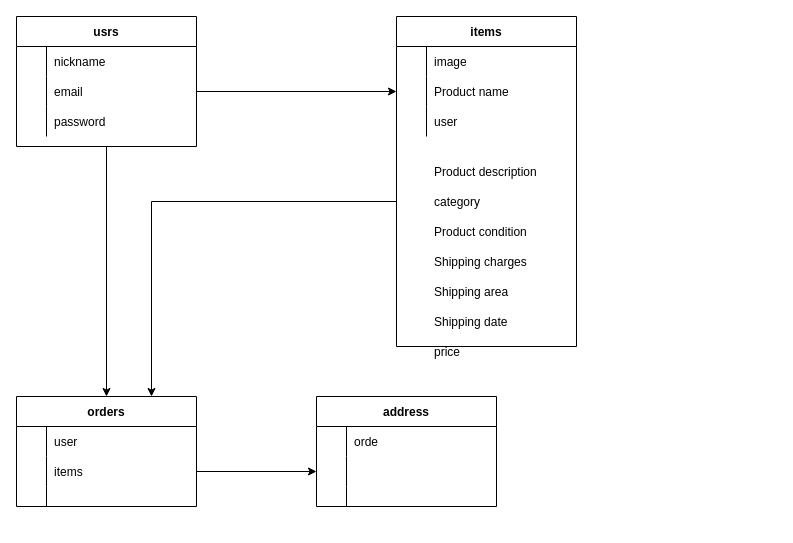
This is test.dio from sol3enjineer/furima-34963, a draw.io file, before an edit. Source tidied: cells renumbered, new cells numbered last; positions are measured from the earlier drawing's top-left corner, leaving out a move shared by most shapes. Both pictures are drawn from the tidied source at 100%, with x=0, y=0 at pixel (16, 16).
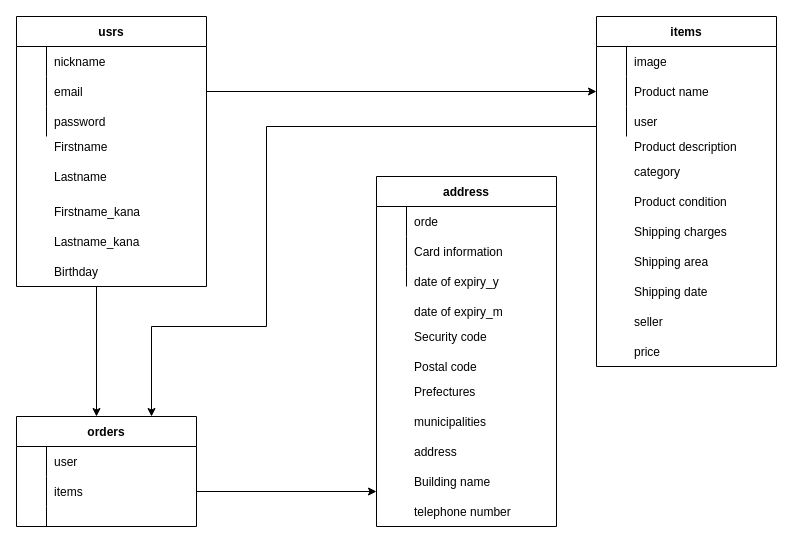
After the change.

The change refers to these unchanged cells:
```xml
<mxCell id="50" style="shape=partialRectangle;fillColor=none;top=0;left=0;bottom=0;right=0;points=[[0,0.5],[1,0.5]];portConstraint=eastwest;" parent="46" vertex="1">
  <mxGeometry y="60" width="180" height="30" as="geometry" />
</mxCell>
<mxCell id="60" style="shape=partialRectangle;fillColor=none;top=0;left=0;bottom=0;right=0;points=[[0,0.5],[1,0.5]];portConstraint=eastwest;" parent="56" vertex="1">
  <mxGeometry y="60" width="180" height="30" as="geometry" />
</mxCell>
```

Change to the diagram source:
```diff
@@
     <mxCell id="2" style="edgeStyle=orthogonalEdgeStyle;rounded=0;jettySize=auto;html=1;exitX=0.5;exitY=1;exitDx=0;exitDy=0;" parent="1" edge="1" source="3" target="46">
-      <mxGeometry relative="1" as="geometry" />
+      <mxGeometry relative="1" as="geometry">
+        <Array as="points">
+          <mxPoint x="80" y="270" />
+        </Array>
+      </mxGeometry>
     </mxCell>
     <mxCell id="3" value="usrs" style="shape=table;startSize=30;childLayout=tableLayout;rowLines=0;fontStyle=1;align=center;" parent="1" vertex="1">
-      <mxGeometry width="180" height="130" as="geometry" />
+      <mxGeometry width="190" height="270" as="geometry" />
     </mxCell>
     <mxCell id="4" style="shape=partialRectangle;fillColor=none;top=0;left=0;bottom=0;right=0;" parent="3" vertex="1">
-      <mxGeometry y="30" width="180" height="30" as="geometry" />
+      <mxGeometry y="30" width="190" height="30" as="geometry" />
     </mxCell>
@@
     <mxCell id="6" value="nickname" style="shape=partialRectangle;fillColor=none;top=0;left=0;bottom=0;right=0;align=left;spacingLeft=6;overflow=hidden;" parent="4" vertex="1">
-      <mxGeometry x="30" width="150" height="30" as="geometry" />
+      <mxGeometry x="30" width="160" height="30" as="geometry" />
     </mxCell>
     <mxCell id="7" style="shape=partialRectangle;fillColor=none;top=0;left=0;bottom=0;right=0;points=[[0,0.5],[1,0.5]];portConstraint=eastwest;" parent="3" vertex="1">
-      <mxGeometry y="60" width="180" height="30" as="geometry" />
+      <mxGeometry y="60" width="190" height="30" as="geometry" />
     </mxCell>
@@
     <mxCell id="9" value="email" style="shape=partialRectangle;fillColor=none;top=0;left=0;bottom=0;right=0;align=left;spacingLeft=6;overflow=hidden;" parent="7" vertex="1">
-      <mxGeometry x="30" width="150" height="30" as="geometry" />
+      <mxGeometry x="30" width="160" height="30" as="geometry" />
     </mxCell>
     <mxCell id="10" style="shape=partialRectangle;fillColor=none;top=0;left=0;bottom=0;right=0;" parent="3" vertex="1">
-      <mxGeometry y="90" width="180" height="30" as="geometry" />
+      <mxGeometry y="90" width="190" height="30" as="geometry" />
     </mxCell>
@@
     <mxCell id="12" value="password" style="shape=partialRectangle;fillColor=none;top=0;left=0;bottom=0;right=0;align=left;spacingLeft=6;overflow=hidden;" parent="10" vertex="1">
-      <mxGeometry x="30" width="150" height="30" as="geometry" />
+      <mxGeometry x="30" width="160" height="30" as="geometry" />
     </mxCell>
     <mxCell id="13" value="items" style="shape=table;startSize=30;childLayout=tableLayout;rowLines=0;fontStyle=1;align=center;" parent="1" vertex="1">
-      <mxGeometry x="380" width="180" height="330" as="geometry" />
+      <mxGeometry x="580" width="180" height="350" as="geometry" />
     </mxCell>
@@
     <mxCell id="24" style="shape=partialRectangle;fillColor=none;top=0;left=0;bottom=0;right=0;" parent="1" vertex="1">
-      <mxGeometry x="380" y="140" width="180" height="30" as="geometry" />
+      <mxGeometry x="580" y="115" width="180" height="30" as="geometry" />
     </mxCell>
@@
     <mxCell id="27" style="edgeStyle=orthogonalEdgeStyle;rounded=0;jettySize=auto;html=1;exitX=0;exitY=0.5;exitDx=0;exitDy=0;entryX=0.75;entryY=0;entryDx=0;entryDy=0;" parent="1" edge="1" source="28" target="46">
-      <mxGeometry relative="1" as="geometry" />
+      <mxGeometry relative="1" as="geometry">
+        <Array as="points">
+          <mxPoint x="580" y="110" />
+          <mxPoint x="250" y="110" />
+          <mxPoint x="250" y="310" />
+          <mxPoint x="135" y="310" />
+        </Array>
+      </mxGeometry>
     </mxCell>
     <mxCell id="28" style="shape=partialRectangle;fillColor=none;top=0;left=0;bottom=0;right=0;points=[[0,0.5],[1,0.5]];portConstraint=eastwest;" parent="1" vertex="1">
-      <mxGeometry x="380" y="170" width="180" height="30" as="geometry" />
+      <mxGeometry x="580" y="140" width="180" height="30" as="geometry" />
     </mxCell>
@@
     <mxCell id="31" style="shape=partialRectangle;fillColor=none;top=0;left=0;bottom=0;right=0;" parent="1" vertex="1">
-      <mxGeometry x="380" y="230" width="180" height="30" as="geometry" />
+      <mxGeometry x="580" y="200" width="180" height="30" as="geometry" />
     </mxCell>
@@
     <mxCell id="34" style="shape=partialRectangle;fillColor=none;top=0;left=0;bottom=0;right=0;" parent="1" vertex="1">
-      <mxGeometry x="380" y="260" width="180" height="30" as="geometry" />
+      <mxGeometry x="580" y="230" width="180" height="30" as="geometry" />
     </mxCell>
@@
     <mxCell id="37" style="shape=partialRectangle;fillColor=none;top=0;left=0;bottom=0;right=0;" parent="1" vertex="1">
-      <mxGeometry x="380" y="200" width="180" height="30" as="geometry" />
+      <mxGeometry x="580" y="170" width="180" height="30" as="geometry" />
     </mxCell>
@@
     <mxCell id="40" style="shape=partialRectangle;fillColor=none;top=0;left=0;bottom=0;right=0;" parent="1" vertex="1">
-      <mxGeometry x="380" y="290" width="180" height="30" as="geometry" />
+      <mxGeometry x="580" y="260" width="180" height="30" as="geometry" />
     </mxCell>
@@
     <mxCell id="43" style="shape=partialRectangle;fillColor=none;top=0;left=0;bottom=0;right=0;" parent="1" vertex="1">
-      <mxGeometry x="380" y="320" width="180" height="30" as="geometry" />
+      <mxGeometry x="580" y="320" width="180" height="30" as="geometry" />
     </mxCell>
@@
     <mxCell id="46" value="orders" style="shape=table;startSize=30;childLayout=tableLayout;rowLines=0;fontStyle=1;align=center;" parent="1" vertex="1">
-      <mxGeometry y="380" width="180" height="110" as="geometry" />
+      <mxGeometry y="400" width="180" height="110" as="geometry" />
     </mxCell>
@@
     <mxCell id="56" value="address" style="shape=table;startSize=30;childLayout=tableLayout;rowLines=0;fontStyle=1;align=center;" parent="1" vertex="1">
-      <mxGeometry x="300" y="380" width="180" height="110" as="geometry" />
+      <mxGeometry x="360" y="160" width="180" height="350" as="geometry" />
     </mxCell>
@@
-    <mxCell id="66" style="edgeStyle=orthogonalEdgeStyle;rounded=0;jettySize=auto;html=1;exitX=1;exitY=0.5;exitDx=0;exitDy=0;entryX=0;entryY=0.5;entryDx=0;entryDy=0;" parent="1" edge="1" source="50" target="60">
-      <mxGeometry relative="1" as="geometry" />
+    <mxCell id="66" style="edgeStyle=orthogonalEdgeStyle;rounded=0;jettySize=auto;html=1;exitX=1;exitY=0.5;exitDx=0;exitDy=0;" parent="1" edge="1" source="50">
+      <mxGeometry relative="1" as="geometry">
+        <mxPoint x="360" y="475" as="targetPoint" />
+        <Array as="points">
+          <mxPoint x="360" y="475" />
+        </Array>
+      </mxGeometry>
     </mxCell>
+    <mxCell id="67" value="Firstname" style="shape=partialRectangle;fillColor=none;top=0;left=0;bottom=0;right=0;align=left;spacingLeft=6;overflow=hidden;" parent="1" vertex="1">
+      <mxGeometry x="30" y="115" width="160" height="30" as="geometry" />
+    </mxCell>
+    <mxCell id="68" value="Lastname" style="shape=partialRectangle;fillColor=none;top=0;left=0;bottom=0;right=0;align=left;spacingLeft=6;overflow=hidden;" parent="1" vertex="1">
+      <mxGeometry x="30" y="145" width="160" height="30" as="geometry" />
+    </mxCell>
+    <mxCell id="69" value="Lastname_kana" style="shape=partialRectangle;fillColor=none;top=0;left=0;bottom=0;right=0;align=left;spacingLeft=6;overflow=hidden;" parent="1" vertex="1">
+      <mxGeometry x="30" y="210" width="160" height="30" as="geometry" />
+    </mxCell>
+    <mxCell id="70" value="Firstname_kana" style="shape=partialRectangle;fillColor=none;top=0;left=0;bottom=0;right=0;align=left;spacingLeft=6;overflow=hidden;" parent="1" vertex="1">
+      <mxGeometry x="30" y="180" width="160" height="30" as="geometry" />
+    </mxCell>
+    <mxCell id="71" value="Birthday" style="shape=partialRectangle;fillColor=none;top=0;left=0;bottom=0;right=0;align=left;spacingLeft=6;overflow=hidden;" parent="1" vertex="1">
+      <mxGeometry x="30" y="240" width="160" height="30" as="geometry" />
+    </mxCell>
+    <mxCell id="72" style="shape=partialRectangle;fillColor=none;top=0;left=0;bottom=0;right=0;" parent="1" vertex="1">
+      <mxGeometry x="580" y="290" width="180" height="30" as="geometry" />
+    </mxCell>
+    <mxCell id="73" style="shape=partialRectangle;fillColor=none;top=0;left=0;bottom=0;right=0;overflow=hidden;" parent="72" vertex="1">
+      <mxGeometry width="30" height="30" as="geometry" />
+    </mxCell>
+    <mxCell id="74" value="seller" style="shape=partialRectangle;fillColor=none;top=0;left=0;bottom=0;right=0;align=left;spacingLeft=6;overflow=hidden;" parent="72" vertex="1">
+      <mxGeometry x="30" width="150" height="30" as="geometry" />
+    </mxCell>
+    <mxCell id="75" value="Card information" style="shape=partialRectangle;fillColor=none;top=0;left=0;bottom=0;right=0;align=left;spacingLeft=6;overflow=hidden;" parent="1" vertex="1">
+      <mxGeometry x="390" y="220" width="150" height="30" as="geometry" />
+    </mxCell>
+    <mxCell id="76" value="Prefectures" style="shape=partialRectangle;fillColor=none;top=0;left=0;bottom=0;right=0;align=left;spacingLeft=6;overflow=hidden;" parent="1" vertex="1">
+      <mxGeometry x="390" y="360" width="150" height="30" as="geometry" />
+    </mxCell>
+    <mxCell id="77" value="Security code" style="shape=partialRectangle;fillColor=none;top=0;left=0;bottom=0;right=0;align=left;spacingLeft=6;overflow=hidden;" parent="1" vertex="1">
+      <mxGeometry x="390" y="305" width="150" height="30" as="geometry" />
+    </mxCell>
+    <mxCell id="78" value="Building name  " style="shape=partialRectangle;fillColor=none;top=0;left=0;bottom=0;right=0;align=left;spacingLeft=6;overflow=hidden;" parent="1" vertex="1">
+      <mxGeometry x="390" y="450" width="150" height="30" as="geometry" />
+    </mxCell>
+    <mxCell id="79" value="date of expiry_y" style="shape=partialRectangle;fillColor=none;top=0;left=0;bottom=0;right=0;align=left;spacingLeft=6;overflow=hidden;" parent="1" vertex="1">
+      <mxGeometry x="390" y="250" width="150" height="30" as="geometry" />
+    </mxCell>
+    <mxCell id="80" value="address" style="shape=partialRectangle;fillColor=none;top=0;left=0;bottom=0;right=0;align=left;spacingLeft=6;overflow=hidden;" parent="1" vertex="1">
+      <mxGeometry x="390" y="420" width="150" height="30" as="geometry" />
+    </mxCell>
+    <mxCell id="81" value="Postal code" style="shape=partialRectangle;fillColor=none;top=0;left=0;bottom=0;right=0;align=left;spacingLeft=6;overflow=hidden;" parent="1" vertex="1">
+      <mxGeometry x="390" y="335" width="150" height="30" as="geometry" />
+    </mxCell>
+    <mxCell id="82" value="municipalities" style="shape=partialRectangle;fillColor=none;top=0;left=0;bottom=0;right=0;align=left;spacingLeft=6;overflow=hidden;" parent="1" vertex="1">
+      <mxGeometry x="390" y="390" width="150" height="30" as="geometry" />
+    </mxCell>
+    <mxCell id="83" value="date of expiry_m" style="shape=partialRectangle;fillColor=none;top=0;left=0;bottom=0;right=0;align=left;spacingLeft=6;overflow=hidden;" parent="1" vertex="1">
+      <mxGeometry x="390" y="280" width="150" height="30" as="geometry" />
+    </mxCell>
+    <mxCell id="84" value="telephone number" style="shape=partialRectangle;fillColor=none;top=0;left=0;bottom=0;right=0;align=left;spacingLeft=6;overflow=hidden;" parent="1" vertex="1">
+      <mxGeometry x="390" y="480" width="150" height="30" as="geometry" />
+    </mxCell>
```
